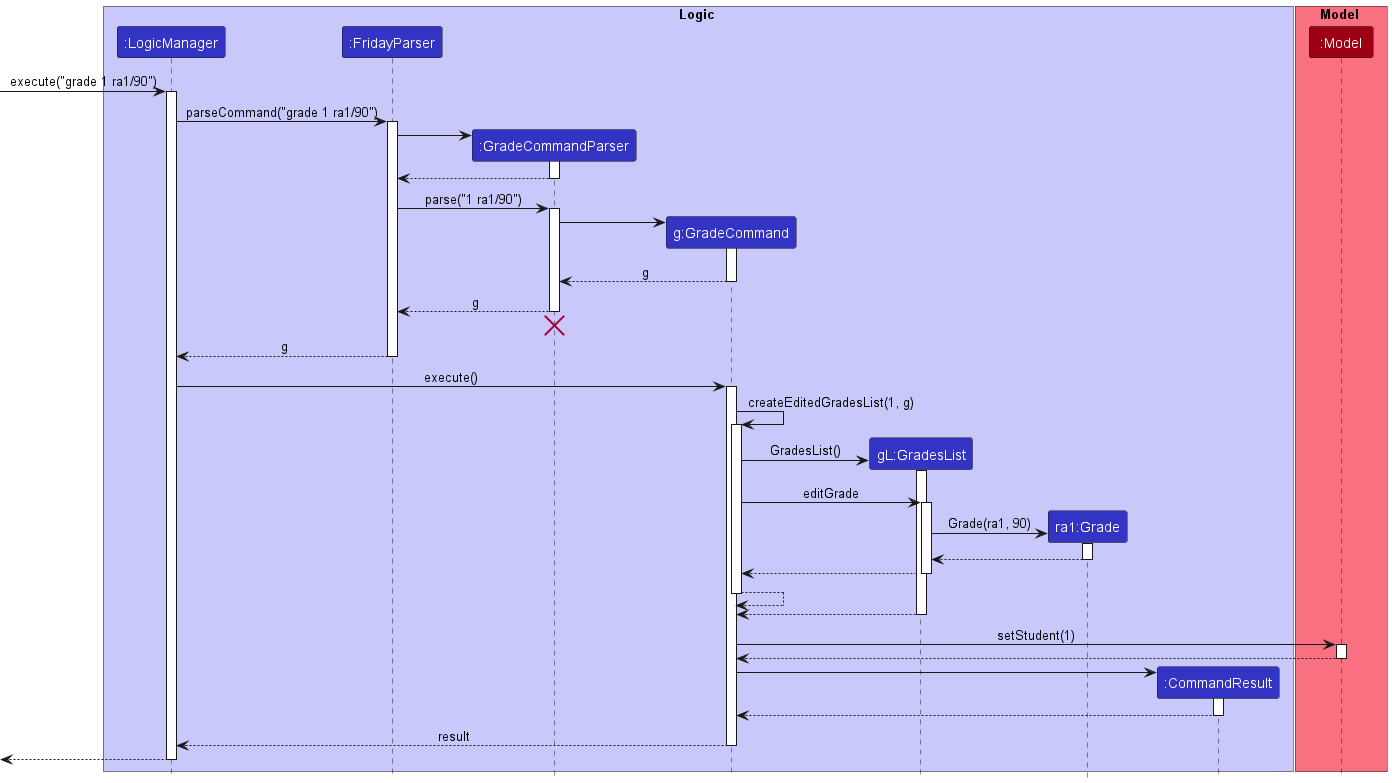
Earlier version of the PlantUML export docs/images/GradeSequenceDiagram.png (nus-cs2103-AY2223S1/tp).
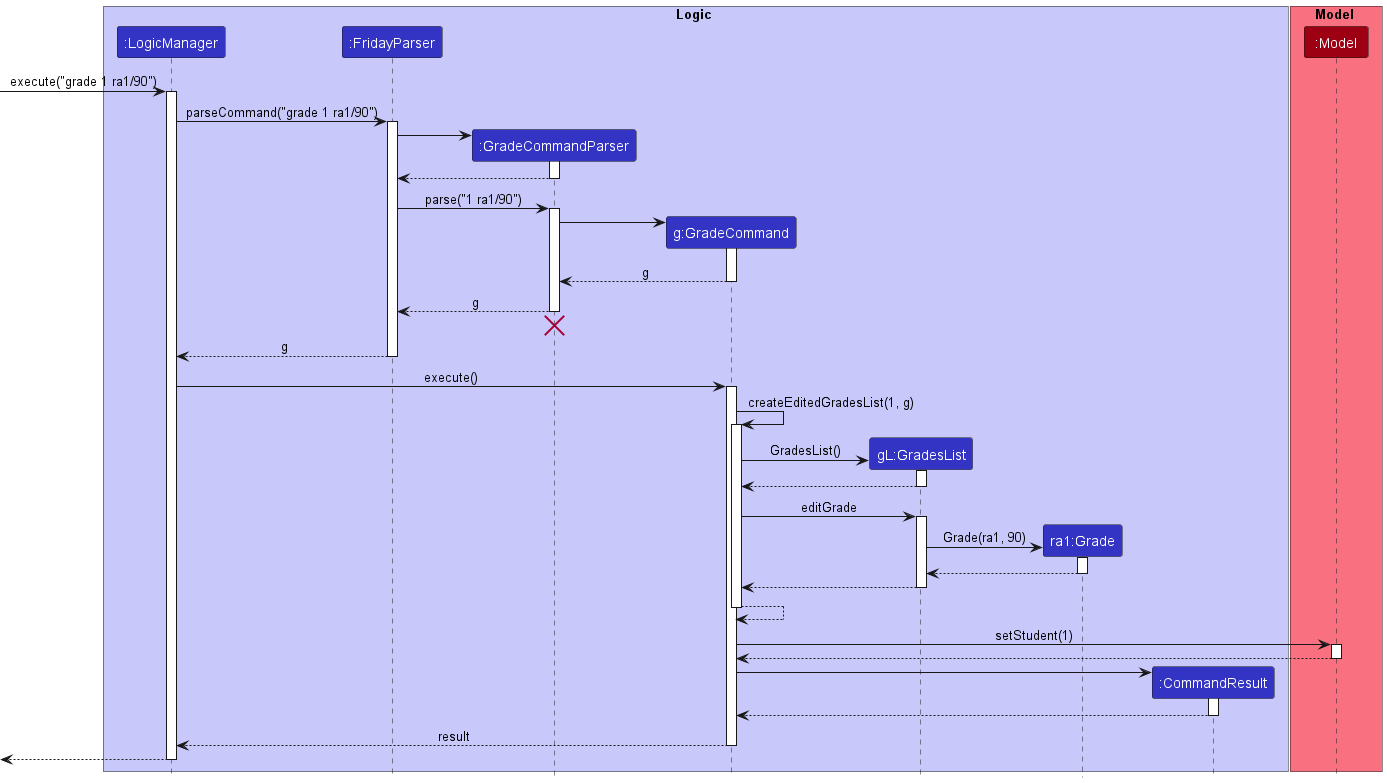
Later version of the same file.

Change to the diagram source:
```diff
@@ -56,6 +56,9 @@
 GradeCommand -> GradesList : GradesList()
 activate GradesList
 
+GradesList --> GradeCommand
+deactivate GradesList
+
 GradeCommand -> GradesList : editGrade
 activate GradesList
 
@@ -71,9 +74,6 @@
 
 GradeCommand --> GradeCommand
 deactivate GradeCommand
-
-GradesList --> GradeCommand
-deactivate GradesList
 
 GradeCommand -> Model : setStudent(1)
 activate Model
```
